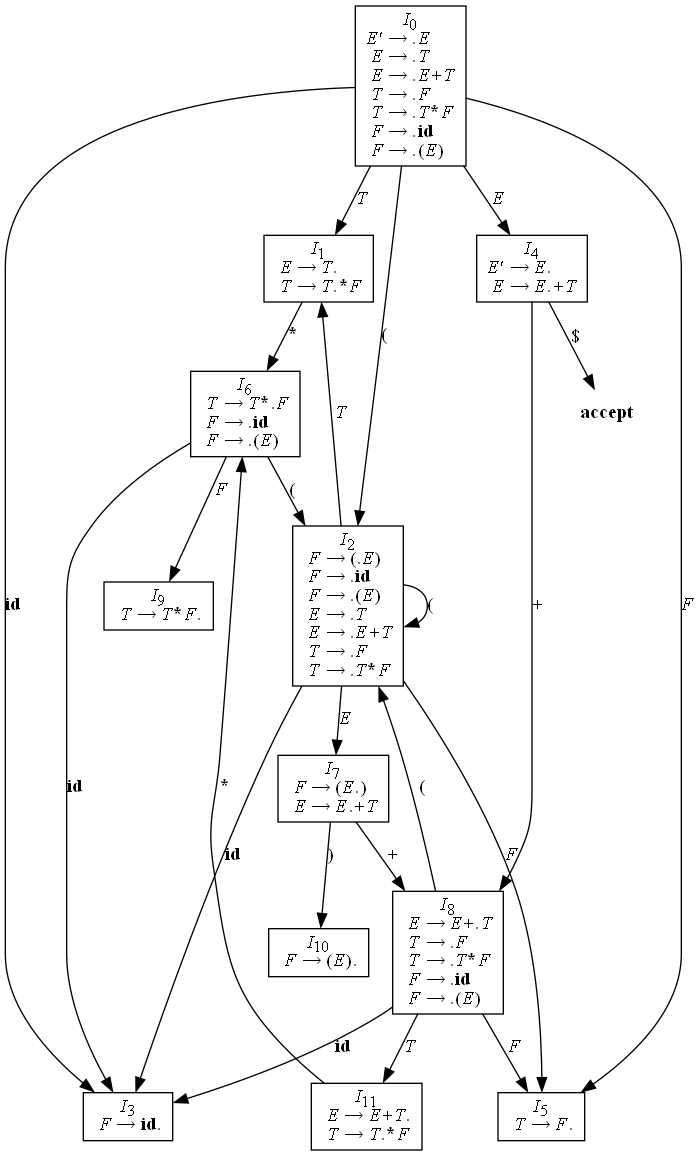
PMP56/SLR-Compiler-and-FastAPI keeps this Graphviz diagram as static/automata.dot.png. Above is the earlier version. Its source is kept beside it as static/automata.dot. Source of this version:
```dot
digraph automaton {
	node [shape=record]
	I0 [label=<<I>I</I><SUB>0</SUB><BR/><I>E'</I> &#8594; .<I>E</I><BR ALIGN="LEFT"/><I> E</I> &#8594; .<I>T</I><BR ALIGN="LEFT"/><I> E</I> &#8594; .<I>E</I><B>+</B><I>T</I><BR ALIGN="LEFT"/><I> T</I> &#8594; .<I>F</I><BR ALIGN="LEFT"/><I> T</I> &#8594; .<I>T</I><B>*</B><I>F</I><BR ALIGN="LEFT"/><I> F</I> &#8594; .<B>id</B><BR ALIGN="LEFT"/><I> F</I> &#8594; .<B>(</B><I>E</I><B>)</B><BR ALIGN="LEFT"/>>]
	I1 [label=<<I>I</I><SUB>1</SUB><BR/><I> E</I> &#8594; <I>T</I>.<BR ALIGN="LEFT"/><I> T</I> &#8594; <I>T</I>.<B>*</B><I>F</I><BR ALIGN="LEFT"/>>]
	I2 [label=<<I>I</I><SUB>2</SUB><BR/><I> F</I> &#8594; <B>(</B>.<I>E</I><B>)</B><BR ALIGN="LEFT"/><I> F</I> &#8594; .<B>id</B><BR ALIGN="LEFT"/><I> F</I> &#8594; .<B>(</B><I>E</I><B>)</B><BR ALIGN="LEFT"/><I> E</I> &#8594; .<I>T</I><BR ALIGN="LEFT"/><I> E</I> &#8594; .<I>E</I><B>+</B><I>T</I><BR ALIGN="LEFT"/><I> T</I> &#8594; .<I>F</I><BR ALIGN="LEFT"/><I> T</I> &#8594; .<I>T</I><B>*</B><I>F</I><BR ALIGN="LEFT"/>>]
	I3 [label=<<I>I</I><SUB>3</SUB><BR/><I> F</I> &#8594; <B>id</B>.<BR ALIGN="LEFT"/>>]
	I4 [label=<<I>I</I><SUB>4</SUB><BR/><I>E'</I> &#8594; <I>E</I>.<BR ALIGN="LEFT"/><I> E</I> &#8594; <I>E</I>.<B>+</B><I>T</I><BR ALIGN="LEFT"/>>]
	I5 [label=<<I>I</I><SUB>5</SUB><BR/><I> T</I> &#8594; <I>F</I>.<BR ALIGN="LEFT"/>>]
	I6 [label=<<I>I</I><SUB>6</SUB><BR/><I> T</I> &#8594; <I>T</I><B>*</B>.<I>F</I><BR ALIGN="LEFT"/><I> F</I> &#8594; .<B>id</B><BR ALIGN="LEFT"/><I> F</I> &#8594; .<B>(</B><I>E</I><B>)</B><BR ALIGN="LEFT"/>>]
	I7 [label=<<I>I</I><SUB>7</SUB><BR/><I> F</I> &#8594; <B>(</B><I>E</I>.<B>)</B><BR ALIGN="LEFT"/><I> E</I> &#8594; <I>E</I>.<B>+</B><I>T</I><BR ALIGN="LEFT"/>>]
	I8 [label=<<I>I</I><SUB>8</SUB><BR/><I> E</I> &#8594; <I>E</I><B>+</B>.<I>T</I><BR ALIGN="LEFT"/><I> T</I> &#8594; .<I>F</I><BR ALIGN="LEFT"/><I> T</I> &#8594; .<I>T</I><B>*</B><I>F</I><BR ALIGN="LEFT"/><I> F</I> &#8594; .<B>id</B><BR ALIGN="LEFT"/><I> F</I> &#8594; .<B>(</B><I>E</I><B>)</B><BR ALIGN="LEFT"/>>]
	I9 [label=<<I>I</I><SUB>9</SUB><BR/><I> T</I> &#8594; <I>T</I><B>*</B><I>F</I>.<BR ALIGN="LEFT"/>>]
	I10 [label=<<I>I</I><SUB>10</SUB><BR/><I> F</I> &#8594; <B>(</B><I>E</I><B>)</B>.<BR ALIGN="LEFT"/>>]
	I11 [label=<<I>I</I><SUB>11</SUB><BR/><I> E</I> &#8594; <I>E</I><B>+</B><I>T</I>.<BR ALIGN="LEFT"/><I> T</I> &#8594; <I>T</I>.<B>*</B><I>F</I><BR ALIGN="LEFT"/>>]
	I0 -> I2 [label=<<B>(</B>>]
	I0 -> I3 [label=<<B>id</B>>]
	I0 -> I1 [label=<<I>T</I>>]
	I0 -> I4 [label=<<I>E</I>>]
	I0 -> I5 [label=<<I>F</I>>]
	I1 -> I6 [label=<<B>*</B>>]
	I2 -> I2 [label=<<B>(</B>>]
	I2 -> I3 [label=<<B>id</B>>]
	I2 -> I1 [label=<<I>T</I>>]
	I2 -> I7 [label=<<I>E</I>>]
	I2 -> I5 [label=<<I>F</I>>]
	I4 -> I8 [label=<<B>+</B>>]
	acc [label=<<B>accept</B>> shape=none]
	I4 -> acc [label="$"]
	I6 -> I2 [label=<<B>(</B>>]
	I6 -> I3 [label=<<B>id</B>>]
	I6 -> I9 [label=<<I>F</I>>]
	I7 -> I10 [label=<<B>)</B>>]
	I7 -> I8 [label=<<B>+</B>>]
	I8 -> I2 [label=<<B>(</B>>]
	I8 -> I3 [label=<<B>id</B>>]
	I8 -> I11 [label=<<I>T</I>>]
	I8 -> I5 [label=<<I>F</I>>]
	I11 -> I6 [label=<<B>*</B>>]
}
```
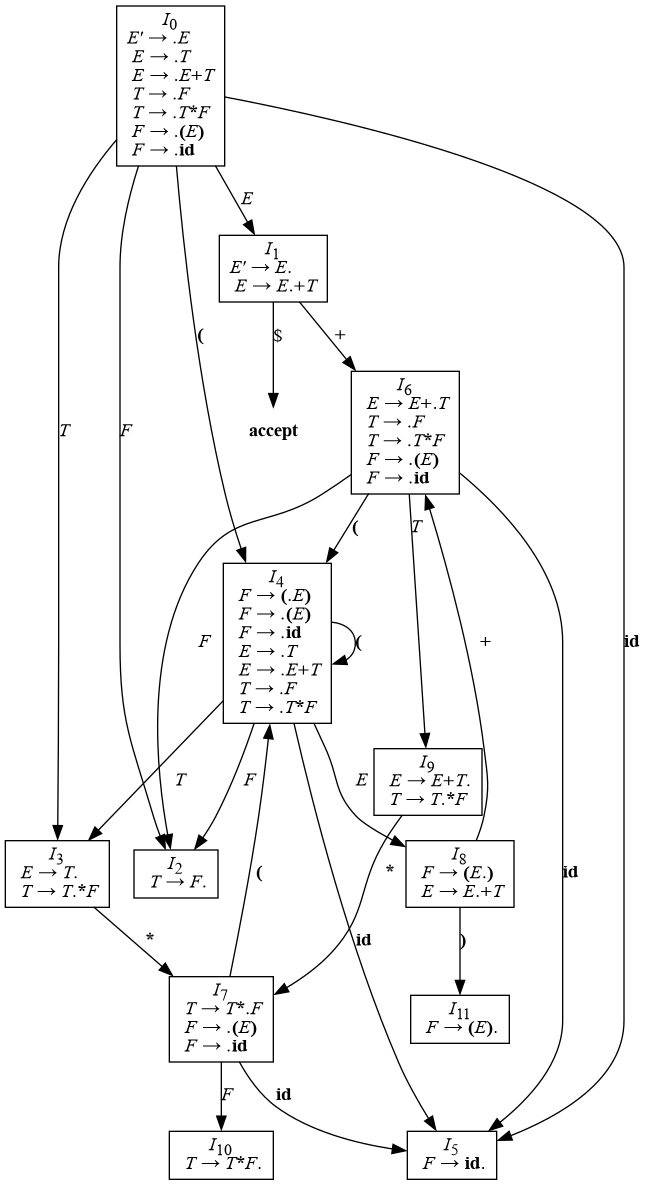
Later version of the same file.

What changed in the source:
```diff
@@ -1,39 +1,39 @@
 digraph automaton {
 	node [shape=record]
-	I0 [label=<<I>I</I><SUB>0</SUB><BR/><I>E'</I> &#8594; .<I>E</I><BR ALIGN="LEFT"/><I> E</I> &#8594; .<I>T</I><BR ALIGN="LEFT"/><I> E</I> &#8594; .<I>E</I><B>+</B><I>T</I><BR ALIGN="LEFT"/><I> T</I> &#8594; .<I>F</I><BR ALIGN="LEFT"/><I> T</I> &#8594; .<I>T</I><B>*</B><I>F</I><BR ALIGN="LEFT"/><I> F</I> &#8594; .<B>id</B><BR ALIGN="LEFT"/><I> F</I> &#8594; .<B>(</B><I>E</I><B>)</B><BR ALIGN="LEFT"/>>]
-	I1 [label=<<I>I</I><SUB>1</SUB><BR/><I> E</I> &#8594; <I>T</I>.<BR ALIGN="LEFT"/><I> T</I> &#8594; <I>T</I>.<B>*</B><I>F</I><BR ALIGN="LEFT"/>>]
-	I2 [label=<<I>I</I><SUB>2</SUB><BR/><I> F</I> &#8594; <B>(</B>.<I>E</I><B>)</B><BR ALIGN="LEFT"/><I> F</I> &#8594; .<B>id</B><BR ALIGN="LEFT"/><I> F</I> &#8594; .<B>(</B><I>E</I><B>)</B><BR ALIGN="LEFT"/><I> E</I> &#8594; .<I>T</I><BR ALIGN="LEFT"/><I> E</I> &#8594; .<I>E</I><B>+</B><I>T</I><BR ALIGN="LEFT"/><I> T</I> &#8594; .<I>F</I><BR ALIGN="LEFT"/><I> T</I> &#8594; .<I>T</I><B>*</B><I>F</I><BR ALIGN="LEFT"/>>]
-	I3 [label=<<I>I</I><SUB>3</SUB><BR/><I> F</I> &#8594; <B>id</B>.<BR ALIGN="LEFT"/>>]
-	I4 [label=<<I>I</I><SUB>4</SUB><BR/><I>E'</I> &#8594; <I>E</I>.<BR ALIGN="LEFT"/><I> E</I> &#8594; <I>E</I>.<B>+</B><I>T</I><BR ALIGN="LEFT"/>>]
-	I5 [label=<<I>I</I><SUB>5</SUB><BR/><I> T</I> &#8594; <I>F</I>.<BR ALIGN="LEFT"/>>]
-	I6 [label=<<I>I</I><SUB>6</SUB><BR/><I> T</I> &#8594; <I>T</I><B>*</B>.<I>F</I><BR ALIGN="LEFT"/><I> F</I> &#8594; .<B>id</B><BR ALIGN="LEFT"/><I> F</I> &#8594; .<B>(</B><I>E</I><B>)</B><BR ALIGN="LEFT"/>>]
-	I7 [label=<<I>I</I><SUB>7</SUB><BR/><I> F</I> &#8594; <B>(</B><I>E</I>.<B>)</B><BR ALIGN="LEFT"/><I> E</I> &#8594; <I>E</I>.<B>+</B><I>T</I><BR ALIGN="LEFT"/>>]
-	I8 [label=<<I>I</I><SUB>8</SUB><BR/><I> E</I> &#8594; <I>E</I><B>+</B>.<I>T</I><BR ALIGN="LEFT"/><I> T</I> &#8594; .<I>F</I><BR ALIGN="LEFT"/><I> T</I> &#8594; .<I>T</I><B>*</B><I>F</I><BR ALIGN="LEFT"/><I> F</I> &#8594; .<B>id</B><BR ALIGN="LEFT"/><I> F</I> &#8594; .<B>(</B><I>E</I><B>)</B><BR ALIGN="LEFT"/>>]
-	I9 [label=<<I>I</I><SUB>9</SUB><BR/><I> T</I> &#8594; <I>T</I><B>*</B><I>F</I>.<BR ALIGN="LEFT"/>>]
-	I10 [label=<<I>I</I><SUB>10</SUB><BR/><I> F</I> &#8594; <B>(</B><I>E</I><B>)</B>.<BR ALIGN="LEFT"/>>]
-	I11 [label=<<I>I</I><SUB>11</SUB><BR/><I> E</I> &#8594; <I>E</I><B>+</B><I>T</I>.<BR ALIGN="LEFT"/><I> T</I> &#8594; <I>T</I>.<B>*</B><I>F</I><BR ALIGN="LEFT"/>>]
-	I0 -> I2 [label=<<B>(</B>>]
-	I0 -> I3 [label=<<B>id</B>>]
-	I0 -> I1 [label=<<I>T</I>>]
-	I0 -> I4 [label=<<I>E</I>>]
-	I0 -> I5 [label=<<I>F</I>>]
-	I1 -> I6 [label=<<B>*</B>>]
-	I2 -> I2 [label=<<B>(</B>>]
-	I2 -> I3 [label=<<B>id</B>>]
-	I2 -> I1 [label=<<I>T</I>>]
-	I2 -> I7 [label=<<I>E</I>>]
-	I2 -> I5 [label=<<I>F</I>>]
-	I4 -> I8 [label=<<B>+</B>>]
+	I0 [label=<<I>I</I><SUB>0</SUB><BR/><I>E'</I> &#8594; .<I>E</I><BR ALIGN="LEFT"/><I> E</I> &#8594; .<I>T</I><BR ALIGN="LEFT"/><I> E</I> &#8594; .<I>E</I><B>+</B><I>T</I><BR ALIGN="LEFT"/><I> T</I> &#8594; .<I>F</I><BR ALIGN="LEFT"/><I> T</I> &#8594; .<I>T</I><B>*</B><I>F</I><BR ALIGN="LEFT"/><I> F</I> &#8594; .<B>(</B><I>E</I><B>)</B><BR ALIGN="LEFT"/><I> F</I> &#8594; .<B>id</B><BR ALIGN="LEFT"/>>]
+	I1 [label=<<I>I</I><SUB>1</SUB><BR/><I>E'</I> &#8594; <I>E</I>.<BR ALIGN="LEFT"/><I> E</I> &#8594; <I>E</I>.<B>+</B><I>T</I><BR ALIGN="LEFT"/>>]
+	I2 [label=<<I>I</I><SUB>2</SUB><BR/><I> T</I> &#8594; <I>F</I>.<BR ALIGN="LEFT"/>>]
+	I3 [label=<<I>I</I><SUB>3</SUB><BR/><I> E</I> &#8594; <I>T</I>.<BR ALIGN="LEFT"/><I> T</I> &#8594; <I>T</I>.<B>*</B><I>F</I><BR ALIGN="LEFT"/>>]
+	I4 [label=<<I>I</I><SUB>4</SUB><BR/><I> F</I> &#8594; <B>(</B>.<I>E</I><B>)</B><BR ALIGN="LEFT"/><I> F</I> &#8594; .<B>(</B><I>E</I><B>)</B><BR ALIGN="LEFT"/><I> F</I> &#8594; .<B>id</B><BR ALIGN="LEFT"/><I> E</I> &#8594; .<I>T</I><BR ALIGN="LEFT"/><I> E</I> &#8594; .<I>E</I><B>+</B><I>T</I><BR ALIGN="LEFT"/><I> T</I> &#8594; .<I>F</I><BR ALIGN="LEFT"/><I> T</I> &#8594; .<I>T</I><B>*</B><I>F</I><BR ALIGN="LEFT"/>>]
+	I5 [label=<<I>I</I><SUB>5</SUB><BR/><I> F</I> &#8594; <B>id</B>.<BR ALIGN="LEFT"/>>]
+	I6 [label=<<I>I</I><SUB>6</SUB><BR/><I> E</I> &#8594; <I>E</I><B>+</B>.<I>T</I><BR ALIGN="LEFT"/><I> T</I> &#8594; .<I>F</I><BR ALIGN="LEFT"/><I> T</I> &#8594; .<I>T</I><B>*</B><I>F</I><BR ALIGN="LEFT"/><I> F</I> &#8594; .<B>(</B><I>E</I><B>)</B><BR ALIGN="LEFT"/><I> F</I> &#8594; .<B>id</B><BR ALIGN="LEFT"/>>]
+	I7 [label=<<I>I</I><SUB>7</SUB><BR/><I> T</I> &#8594; <I>T</I><B>*</B>.<I>F</I><BR ALIGN="LEFT"/><I> F</I> &#8594; .<B>(</B><I>E</I><B>)</B><BR ALIGN="LEFT"/><I> F</I> &#8594; .<B>id</B><BR ALIGN="LEFT"/>>]
+	I8 [label=<<I>I</I><SUB>8</SUB><BR/><I> F</I> &#8594; <B>(</B><I>E</I>.<B>)</B><BR ALIGN="LEFT"/><I> E</I> &#8594; <I>E</I>.<B>+</B><I>T</I><BR ALIGN="LEFT"/>>]
+	I9 [label=<<I>I</I><SUB>9</SUB><BR/><I> E</I> &#8594; <I>E</I><B>+</B><I>T</I>.<BR ALIGN="LEFT"/><I> T</I> &#8594; <I>T</I>.<B>*</B><I>F</I><BR ALIGN="LEFT"/>>]
+	I10 [label=<<I>I</I><SUB>10</SUB><BR/><I> T</I> &#8594; <I>T</I><B>*</B><I>F</I>.<BR ALIGN="LEFT"/>>]
+	I11 [label=<<I>I</I><SUB>11</SUB><BR/><I> F</I> &#8594; <B>(</B><I>E</I><B>)</B>.<BR ALIGN="LEFT"/>>]
+	I0 -> I5 [label=<<B>id</B>>]
+	I0 -> I4 [label=<<B>(</B>>]
+	I0 -> I3 [label=<<I>T</I>>]
+	I0 -> I2 [label=<<I>F</I>>]
+	I0 -> I1 [label=<<I>E</I>>]
+	I1 -> I6 [label=<<B>+</B>>]
 	acc [label=<<B>accept</B>> shape=none]
-	I4 -> acc [label="$"]
-	I6 -> I2 [label=<<B>(</B>>]
-	I6 -> I3 [label=<<B>id</B>>]
-	I6 -> I9 [label=<<I>F</I>>]
-	I7 -> I10 [label=<<B>)</B>>]
-	I7 -> I8 [label=<<B>+</B>>]
-	I8 -> I2 [label=<<B>(</B>>]
-	I8 -> I3 [label=<<B>id</B>>]
-	I8 -> I11 [label=<<I>T</I>>]
-	I8 -> I5 [label=<<I>F</I>>]
-	I11 -> I6 [label=<<B>*</B>>]
+	I1 -> acc [label="$"]
+	I3 -> I7 [label=<<B>*</B>>]
+	I4 -> I5 [label=<<B>id</B>>]
+	I4 -> I4 [label=<<B>(</B>>]
+	I4 -> I3 [label=<<I>T</I>>]
+	I4 -> I2 [label=<<I>F</I>>]
+	I4 -> I8 [label=<<I>E</I>>]
+	I6 -> I5 [label=<<B>id</B>>]
+	I6 -> I4 [label=<<B>(</B>>]
+	I6 -> I9 [label=<<I>T</I>>]
+	I6 -> I2 [label=<<I>F</I>>]
+	I7 -> I5 [label=<<B>id</B>>]
+	I7 -> I4 [label=<<B>(</B>>]
+	I7 -> I10 [label=<<I>F</I>>]
+	I8 -> I11 [label=<<B>)</B>>]
+	I8 -> I6 [label=<<B>+</B>>]
+	I9 -> I7 [label=<<B>*</B>>]
 }
```
